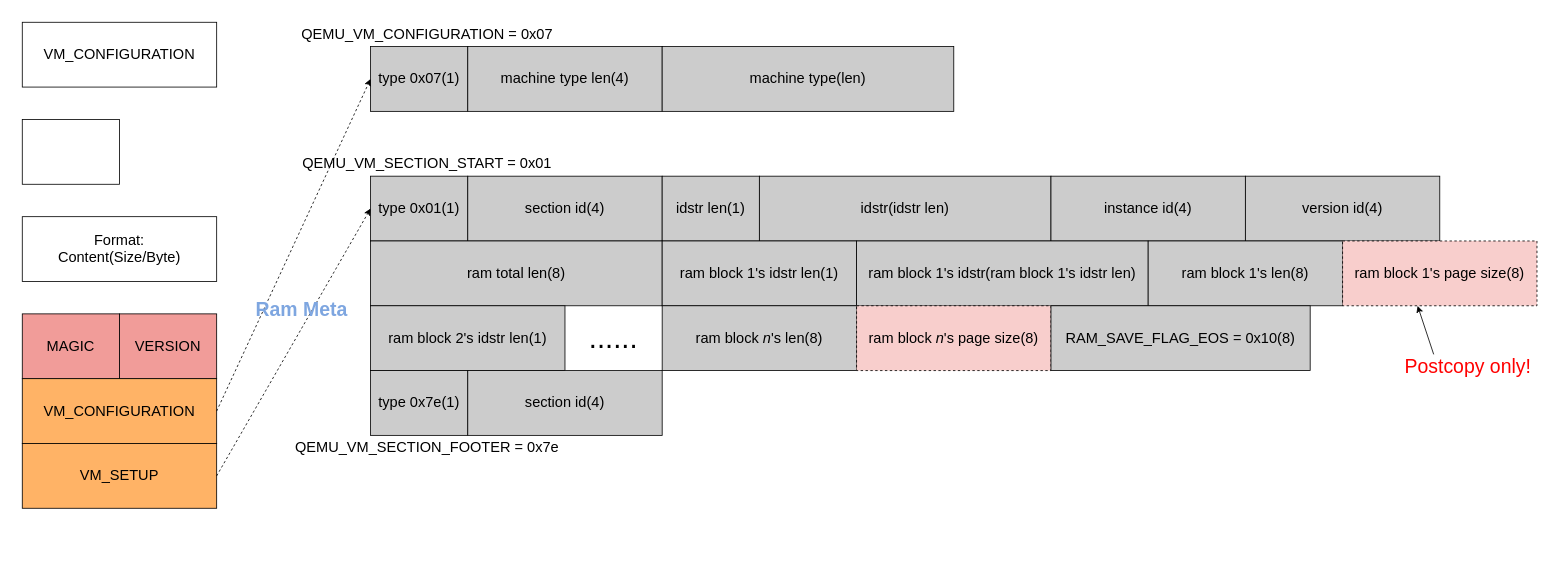
The draw.io diagram qemu-migration/vmstate.drawio in xuyizhe1999/drawio, before the edit. Source tidied: cells renumbered, new cells numbered last; positions are measured from the earlier drawing's top-left corner, leaving out a move shared by most shapes. Both pictures are drawn from the tidied source at 81%, with x=0, y=0 at pixel (22, 22).
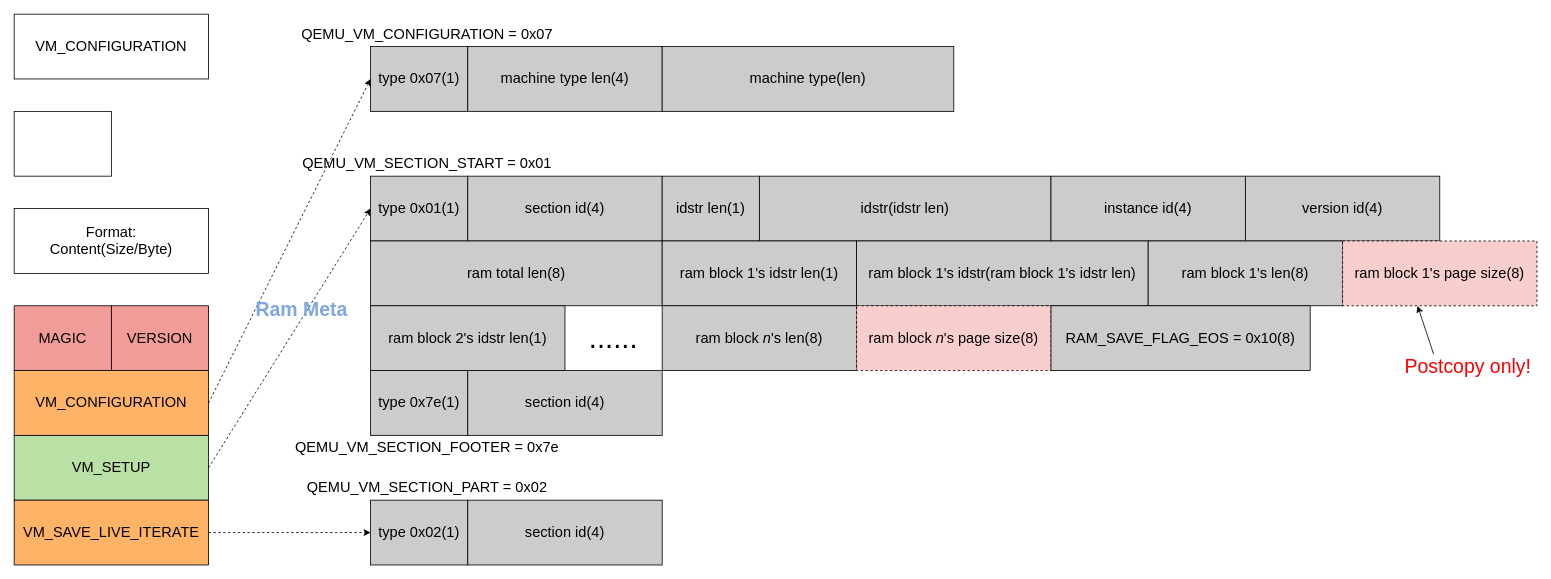
The same diagram, later.

The change refers to these unchanged cells:
```xml
<mxCell id="7" value="type 0x07(1)" style="rounded=0;whiteSpace=wrap;html=1;fontSize=18;fillColor=#CCCCCC;" parent="1" vertex="1">
  <mxGeometry x="430" y="30" width="120" height="80" as="geometry" />
</mxCell>
```

The edit, as a diff of the source:
```diff
@@
     <mxCell id="2" value="&lt;font style=&quot;font-size: 18px;&quot;&gt;MAGIC&lt;/font&gt;" style="rounded=0;whiteSpace=wrap;html=1;fillColor=#F19C99;" parent="1" vertex="1">
-      <mxGeometry y="360" width="120" height="80" as="geometry" />
+      <mxGeometry x="-10" y="350" width="120" height="80" as="geometry" />
     </mxCell>
     <mxCell id="3" value="&lt;font style=&quot;font-size: 18px;&quot;&gt;VERSION&lt;/font&gt;" style="rounded=0;whiteSpace=wrap;html=1;fillColor=#F19C99;" parent="1" vertex="1">
-      <mxGeometry x="120" y="360" width="120" height="80" as="geometry" />
+      <mxGeometry x="110" y="350" width="120" height="80" as="geometry" />
     </mxCell>
     <mxCell id="4" style="rounded=0;whiteSpace=wrap;html=1;" parent="1" vertex="1">
-      <mxGeometry y="120" width="120" height="80" as="geometry" />
+      <mxGeometry x="-10" y="110" width="120" height="80" as="geometry" />
     </mxCell>
     <mxCell id="5" value="&lt;font style=&quot;font-size: 18px;&quot;&gt;VM_CONFIGURATION&lt;/font&gt;" style="rounded=0;whiteSpace=wrap;html=1;fillColor=#FFB366;" parent="1" vertex="1">
-      <mxGeometry y="440" width="240" height="80" as="geometry" />
+      <mxGeometry x="-10" y="430" width="240" height="80" as="geometry" />
     </mxCell>
     <mxCell id="6" value="&lt;font style=&quot;font-size: 18px;&quot;&gt;VM_CONFIGURATION&lt;/font&gt;" style="rounded=0;whiteSpace=wrap;html=1;" parent="1" vertex="1">
-      <mxGeometry width="240" height="80" as="geometry" />
+      <mxGeometry x="-10" y="-10" width="240" height="80" as="geometry" />
     </mxCell>
@@
-    <mxCell id="11" style="endArrow=classic;html=1;rounded=0;fontSize=18;entryX=0;entryY=0.5;entryDx=0;entryDy=0;dashed=1;" parent="1" edge="1" target="7">
-      <mxGeometry relative="1" as="geometry">
-        <mxPoint x="240" y="480" as="sourcePoint" />
-      </mxGeometry>
+    <mxCell id="11" style="endArrow=classic;html=1;rounded=0;fontSize=18;entryX=0;entryY=0.5;entryDx=0;entryDy=0;dashed=1;exitX=1;exitY=0.5;exitDx=0;exitDy=0;" parent="1" edge="1" source="5" target="7">
+      <mxGeometry relative="1" as="geometry" />
     </mxCell>
     <mxCell id="12" value="&lt;font style=&quot;font-size: 18px;&quot;&gt;Format:&lt;br&gt;Content(Size/Byte)&lt;br&gt;&lt;/font&gt;" style="rounded=0;whiteSpace=wrap;html=1;" parent="1" vertex="1">
-      <mxGeometry y="240" width="240" height="80" as="geometry" />
+      <mxGeometry x="-10" y="230" width="240" height="80" as="geometry" />
     </mxCell>
-    <mxCell id="13" value="&lt;font style=&quot;font-size: 18px;&quot;&gt;VM_SETUP&lt;/font&gt;" style="rounded=0;whiteSpace=wrap;html=1;fillColor=#FFB366;" parent="1" vertex="1">
-      <mxGeometry y="520" width="240" height="80" as="geometry" />
+    <mxCell id="13" value="&lt;font style=&quot;font-size: 18px;&quot;&gt;VM_SETUP&lt;/font&gt;" style="rounded=0;whiteSpace=wrap;html=1;fillColor=#B9E0A5;" parent="1" vertex="1">
+      <mxGeometry x="-10" y="510" width="240" height="80" as="geometry" />
     </mxCell>
@@
+    <mxCell id="38" value="&lt;font style=&quot;font-size: 18px;&quot;&gt;VM_SAVE_LIVE_ITERATE&lt;/font&gt;" style="rounded=0;whiteSpace=wrap;html=1;fillColor=#FFB366;" parent="1" vertex="1">
+      <mxGeometry x="-10" y="590" width="240" height="80" as="geometry" />
+    </mxCell>
+    <mxCell id="39" value="type 0x02(1)" style="rounded=0;whiteSpace=wrap;html=1;fontSize=18;fillColor=#CCCCCC;" parent="1" vertex="1">
+      <mxGeometry x="430" y="590" width="120" height="80" as="geometry" />
+    </mxCell>
+    <mxCell id="40" value="QEMU_VM_SECTION_PART = 0x02" style="text;html=1;strokeColor=none;fillColor=none;align=center;verticalAlign=middle;whiteSpace=wrap;rounded=0;fontSize=18;" parent="1" vertex="1">
+      <mxGeometry x="330" y="560" width="340" height="30" as="geometry" />
+    </mxCell>
+    <mxCell id="41" style="endArrow=classic;html=1;rounded=0;fontSize=18;entryX=0;entryY=0.5;entryDx=0;entryDy=0;dashed=1;exitX=1;exitY=0.5;exitDx=0;exitDy=0;" parent="1" edge="1" source="38" target="39">
+      <mxGeometry relative="1" as="geometry" />
+    </mxCell>
+    <mxCell id="42" value="section id(4)" style="rounded=0;whiteSpace=wrap;html=1;fontSize=18;fillColor=#CCCCCC;" parent="1" vertex="1">
+      <mxGeometry x="550" y="590" width="240" height="80" as="geometry" />
+    </mxCell>
```
